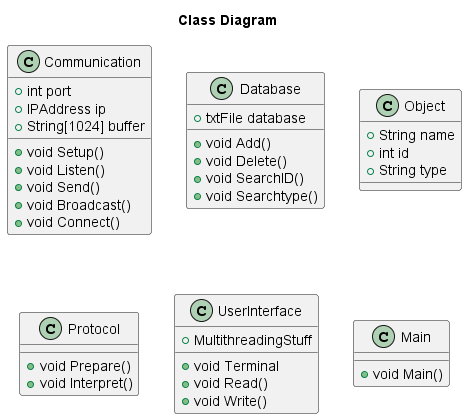
Earlier version of the PlantUML export Designs/Server Design/ClassDiagram.png (T3-FindIt/FindIt).
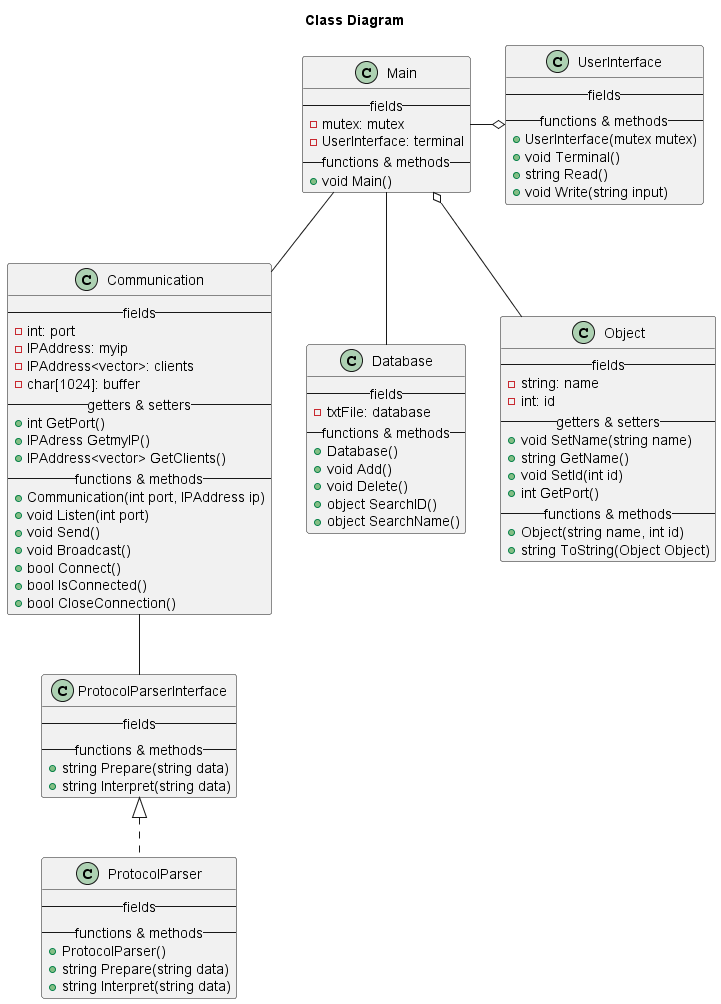
After the change.

Commit message:
Updated server design

Implemented some feedback received by Tom

Diff of the diagram source:
```diff
@@ -3,54 +3,96 @@
 
 Class Communication
 {
-    {field} + int port
-    {field} +  IPAddress ip
-    {field} +  String[1024] buffer
-    {method} + void Setup()
-    {method} + void Listen()
+    -- fields --
+    {field} - int: port
+    {field} - IPAddress: myip
+    {field} - IPAddress<vector>: clients
+    {field} - char[1024]: buffer
+    -- getters & setters --
+    {method} + int GetPort()
+    {method} + IPAdress GetmyIP()
+    {method} + IPAddress<vector> GetClients()
+    -- functions & methods --
+    {method} + Communication(int port, IPAddress ip)
+    {method} + void Listen(int port)
     {method} + void Send()
     {method} + void Broadcast()
-    {method} + void Connect()
+    {method} + bool Connect()
+    {method} + bool IsConnected()
+    {method} + bool CloseConnection()
 }
 
 Class Database
 {
-    {field} + txtFile database
+    -- fields --
+    {field} - txtFile: database
+    -- functions & methods --
+    {method} + Database()
     {method} + void Add()
     {method} + void Delete()
-    {method} + void SearchID()
-    {method} + void Searchtype()
+    {method} + object SearchID()
+    {method} + object SearchName()
 }
 
 Class Object
 {
-    {field} + String name
-    {field} + int id
-    {field} + String type
+    -- fields --
+    {field} - string: name
+    {field} - int: id
+    -- getters & setters --
+    {method} + void SetName(string name)
+    {method} + string GetName()
+    {method} + void SetId(int id)
+    {method} + int GetPort()
+    -- functions & methods --
+    {method} + Object(string name, int id)
+    {method} + string ToString(Object Object)
 }
 
-Class Protocol
+Class ProtocolParserInterface
 {
-    {method} + void Prepare()
-    {method} + void Interpret()
+    -- fields --
+    -- functions & methods --
+    {method} + string Prepare(string data)
+    {method} + string Interpret(string data)
+}
+
+Class ProtocolParser
+{
+    -- fields --
+    -- functions & methods --
+    {method} + ProtocolParser()
+    {method} + string Prepare(string data)
+    {method} + string Interpret(string data)
 }
 
 Class UserInterface
 {
-    {field} + MultithreadingStuff
-    {method} + void Terminal
-    {method} + void Read()
-    {method} + void Write()
+    -- fields --
+    -- functions & methods --
+    {method} + UserInterface(mutex mutex)
+    {method} + void Terminal()
+    {method} + string Read()
+    {method} + void Write(string input)
 }
 
 Class Main
 {
+    -- fields --
+    {field} - mutex: mutex
+    {field} - UserInterface: terminal
+    -- functions & methods --
     {method} + void Main()
 }
 
 
 
-
+Main -o UserInterface
+Main o-- Object
+Main -- Database
+Main -- Communication
+ProtocolParserInterface <|.. ProtocolParser
+Communication -- ProtocolParserInterface
 
 
 
```
